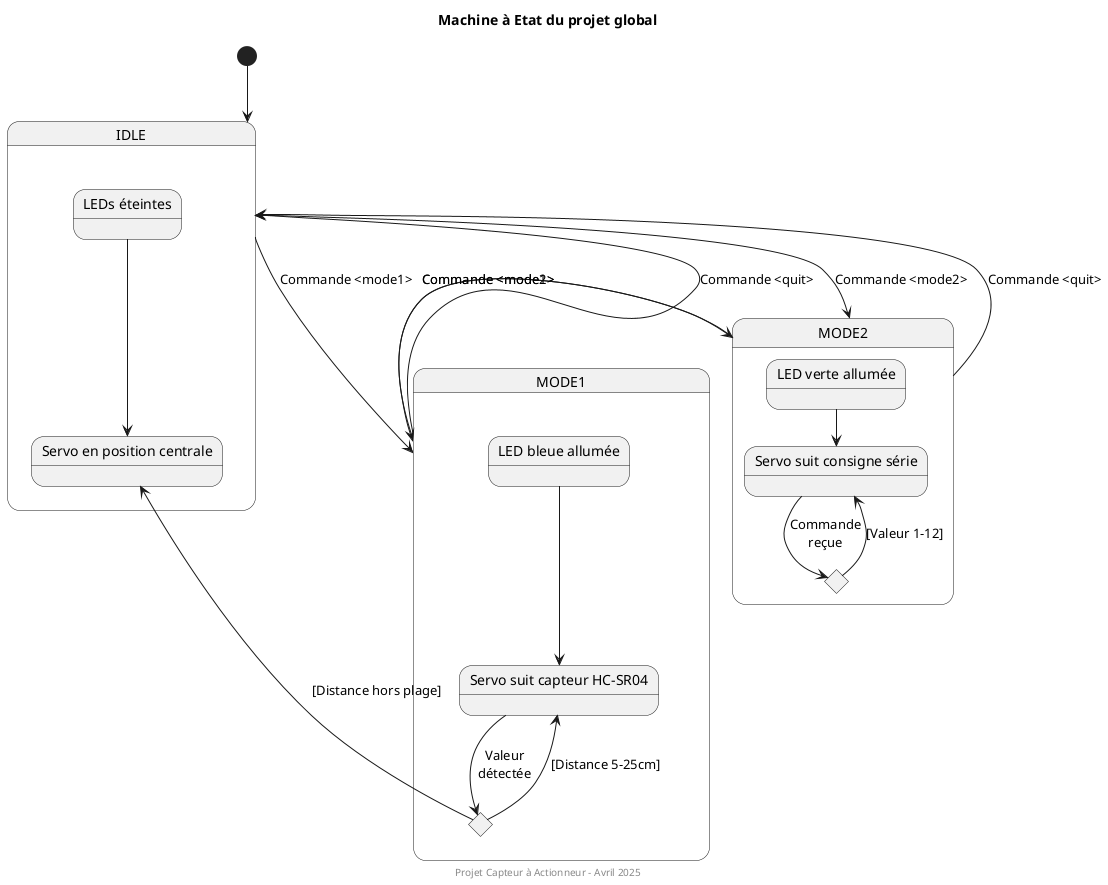
AzTaiiyoo/Capteur_actionneur keeps this PlantUML diagram as doc-README/MAE.png. Above is the earlier version.
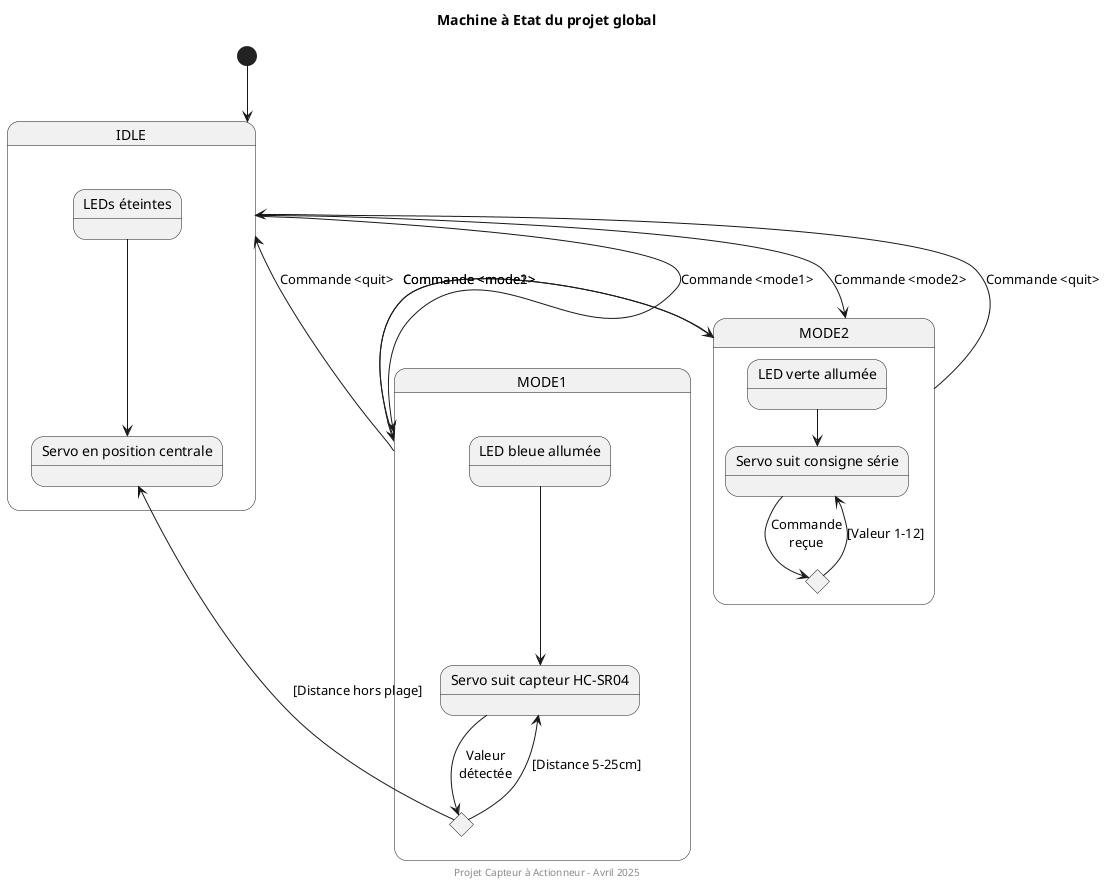
The same diagram one commit later.

The edit, as a diff of the source:
```diff
@@ -1,4 +1,7 @@
 @startuml
+
+title  Machine à Etat du projet global
+
 [*] -down-> idle
 
 state "IDLE" as idle {
@@ -28,14 +31,13 @@
   mode1_choice -right-> idle_servo : [Distance hors plage]
 }
 
-idle -down-> mode1 : Commande <mode1>
 idle -down-> mode2 : Commande <mode2>
 mode1 -up-> idle : Commande <quit>
+idle -down-> mode1 : Commande <mode1>
 mode2 -up-> idle : Commande <quit>
 mode1 -right-> mode2 : Commande <mode2>
 mode2 -left-> mode1 : Commande <mode1>
 
-title  Machine à Etat du projet global
 footer Projet Capteur à Actionneur - Avril 2025
 
 @enduml
```
